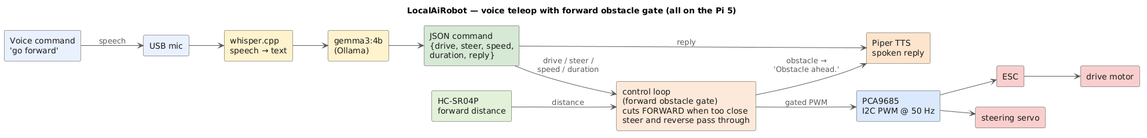
Above: docs/images/basic_control_flow.png in shen747/LocalAiRobot (PlantUML), before the change. The source it was exported from:
```plantuml
@startuml
title LocalAiRobot — voice teleop with forward obstacle gate (all on the Pi 5)
skinparam backgroundColor transparent
skinparam shadowing false
skinparam ArrowColor #5B5B5B
skinparam ArrowFontColor #5B5B5B
skinparam rectangleBorderColor #3C3C3C
skinparam rectangleFontColor #1A1A1A
left to right direction

rectangle "Voice command\n'go forward'" as VOICE #E8F0FE
rectangle "USB mic" as MIC #E8F0FE
rectangle "whisper.cpp\nspeech → text" as WHISPER #FFF2CC
rectangle "gemma3:4b\n(Ollama)" as GEMMA #FFF2CC
rectangle "JSON command\n{drive, steer, speed,\nduration, reply}" as JSON #D5E8D4
rectangle "Piper TTS\nspoken reply" as PIPER #FCE5CD
rectangle "control loop\n(forward obstacle gate)\ncuts FORWARD when too close\nsteer and reverse pass through" as GATE #FDE9D9
rectangle "HC-SR04P\nforward distance" as SONAR #E2F0D9
rectangle "PCA9685\nI2C PWM @ 50 Hz" as PCA #DAE8FC
rectangle "ESC" as ESC #F8CECC
rectangle "drive motor" as MOTOR #F8CECC
rectangle "steering servo" as SERVO #F8CECC

VOICE --> MIC : speech
MIC --> WHISPER
WHISPER --> GEMMA
GEMMA --> JSON
JSON --> PIPER : reply
JSON --> GATE : drive / steer /\nspeed / duration
SONAR --> GATE : distance
GATE --> PCA : gated PWM
GATE --> PIPER : obstacle →\n'Obstacle ahead.'
PCA --> ESC
ESC --> MOTOR
PCA --> SERVO
@enduml
```
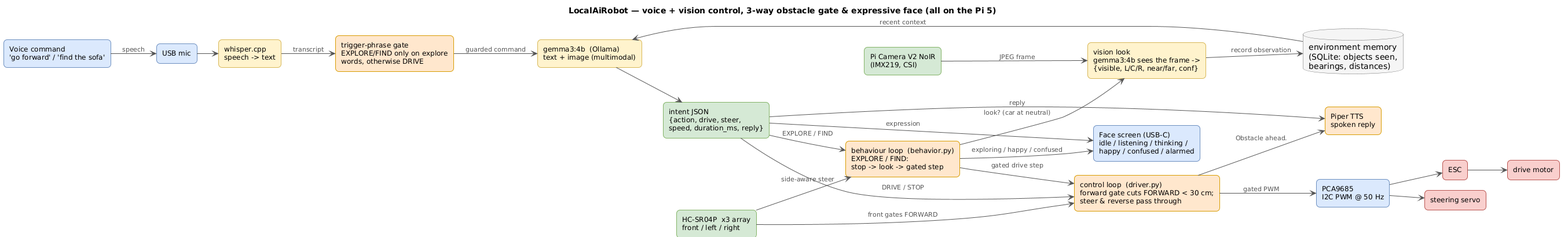
Above is the later version.

The edit, as a diff of the source:
```diff
@@ -1,36 +1,84 @@
 @startuml
-title LocalAiRobot — voice teleop with forward obstacle gate (all on the Pi 5)
-skinparam backgroundColor transparent
+!pragma layout smetana
+hide stereotype
+title LocalAiRobot — voice + vision control, 3-way obstacle gate & expressive face (all on the Pi 5)
+
+skinparam backgroundColor white
 skinparam shadowing false
-skinparam ArrowColor #5B5B5B
-skinparam ArrowFontColor #5B5B5B
-skinparam rectangleBorderColor #3C3C3C
-skinparam rectangleFontColor #1A1A1A
+skinparam defaultFontName Helvetica
+skinparam ArrowColor #555555
+skinparam ArrowFontColor #555555
+skinparam ArrowFontSize 11
+skinparam databaseBackgroundColor #F5F5F5
+skinparam databaseBorderColor #666666
+skinparam rectangle {
+  RoundCorner 12
+  FontSize 12
+  BorderThickness 1
+  BackgroundColor<<io>> #DAE8FC
+  BorderColor<<io>> #6C8EBF
+  BackgroundColor<<model>> #FFF2CC
+  BorderColor<<model>> #D6B656
+  BackgroundColor<<data>> #D5E8D4
+  BorderColor<<data>> #82B366
+  BackgroundColor<<motor>> #F8CECC
+  BorderColor<<motor>> #B85450
+  BackgroundColor<<proc>> #FFE6CC
+  BorderColor<<proc>> #D79B00
+  BackgroundColor<<store>> #F5F5F5
+  BorderColor<<store>> #666666
+}
 left to right direction
 
-rectangle "Voice command\n'go forward'" as VOICE #E8F0FE
-rectangle "USB mic" as MIC #E8F0FE
-rectangle "whisper.cpp\nspeech → text" as WHISPER #FFF2CC
-rectangle "gemma3:4b\n(Ollama)" as GEMMA #FFF2CC
-rectangle "JSON command\n{drive, steer, speed,\nduration, reply}" as JSON #D5E8D4
-rectangle "Piper TTS\nspoken reply" as PIPER #FCE5CD
-rectangle "control loop\n(forward obstacle gate)\ncuts FORWARD when too close\nsteer and reverse pass through" as GATE #FDE9D9
-rectangle "HC-SR04P\nforward distance" as SONAR #E2F0D9
-rectangle "PCA9685\nI2C PWM @ 50 Hz" as PCA #DAE8FC
-rectangle "ESC" as ESC #F8CECC
-rectangle "drive motor" as MOTOR #F8CECC
-rectangle "steering servo" as SERVO #F8CECC
+rectangle "Voice command\n'go forward' / 'find the sofa'" as voice <<io>>
+rectangle "USB mic" as mic <<io>>
+rectangle "whisper.cpp\nspeech -> text" as whisper <<model>>
+rectangle "trigger-phrase gate\nEXPLORE/FIND only on explore\nwords, otherwise DRIVE" as gate <<proc>>
+rectangle "gemma3:4b  (Ollama)\ntext + image (multimodal)" as llm <<model>>
+rectangle "intent JSON\n{action, drive, steer,\nspeed, duration_ms, reply}" as intent <<data>>
+database "environment memory\n(SQLite: objects seen,\nbearings, distances)" as mem
 
-VOICE --> MIC : speech
-MIC --> WHISPER
-WHISPER --> GEMMA
-GEMMA --> JSON
-JSON --> PIPER : reply
-JSON --> GATE : drive / steer /\nspeed / duration
-SONAR --> GATE : distance
-GATE --> PCA : gated PWM
-GATE --> PIPER : obstacle →\n'Obstacle ahead.'
-PCA --> ESC
-ESC --> MOTOR
-PCA --> SERVO
+rectangle "Pi Camera V2 NoIR\n(IMX219, CSI)" as cam <<data>>
+rectangle "vision look\ngemma3:4b sees the frame ->\n{visible, L/C/R, near/far, conf}" as vision <<model>>
+
+rectangle "behaviour loop  (behavior.py)\nEXPLORE / FIND:\nstop -> look -> gated step" as behav <<proc>>
+rectangle "control loop  (driver.py)\nforward gate cuts FORWARD < 30 cm;\nsteer & reverse pass through" as ctrl <<proc>>
+
+rectangle "HC-SR04P  x3 array\nfront / left / right" as sonar <<data>>
+
+rectangle "PCA9685\nI2C PWM @ 50 Hz" as pca <<io>>
+rectangle "ESC" as esc <<motor>>
+rectangle "drive motor" as motor <<motor>>
+rectangle "steering servo" as servo <<motor>>
+
+rectangle "Piper TTS\nspoken reply" as tts <<proc>>
+rectangle "Face screen (USB-C)\nidle / listening / thinking /\nhappy / confused / alarmed" as face <<io>>
+
+voice --> mic : speech
+mic --> whisper
+whisper --> gate : transcript
+gate --> llm : guarded command
+mem --> llm : recent context
+llm --> intent
+
+intent --> ctrl : DRIVE / STOP
+intent --> behav : EXPLORE / FIND
+
+cam --> vision : JPEG frame
+behav --> vision : look? (car at neutral)
+vision --> mem : record observation
+behav --> ctrl : gated drive step
+
+sonar --> ctrl : front gates FORWARD
+sonar --> behav : side-aware steer
+
+ctrl --> pca : gated PWM
+pca --> esc
+esc --> motor
+pca --> servo
+
+intent --> tts : reply
+ctrl --> tts : "Obstacle ahead."
+intent --> face : expression
+behav --> face : exploring / happy / confused
 @enduml
```
